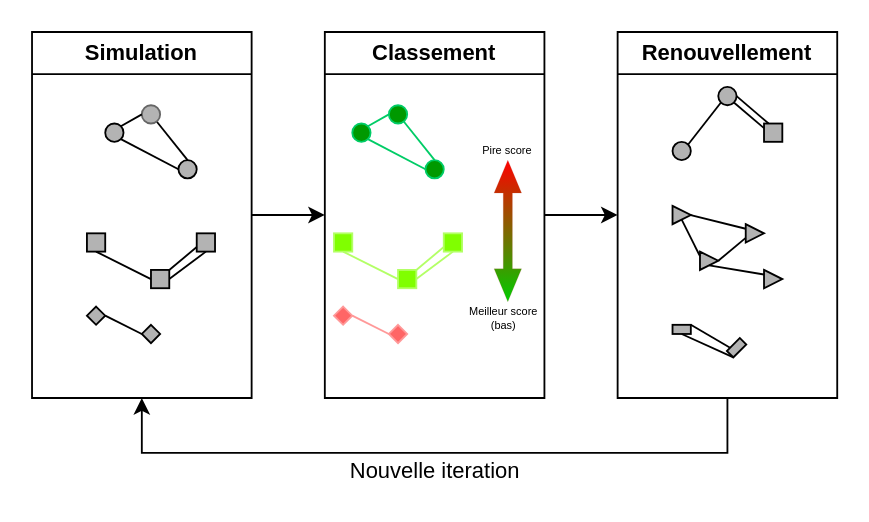
The draw.io diagram LLM_Mission/schema/schema fsm round.drawio in Jiajing-Li-2003/LLM-controller-comparaison-irace, before the edit. Source tidied: cells renumbered, new cells numbered last; positions are measured from the earlier drawing's top-left corner, leaving out a move shared by most shapes. Both pictures are drawn from the tidied source at 183%, with x=0, y=0 at pixel (31, 31).
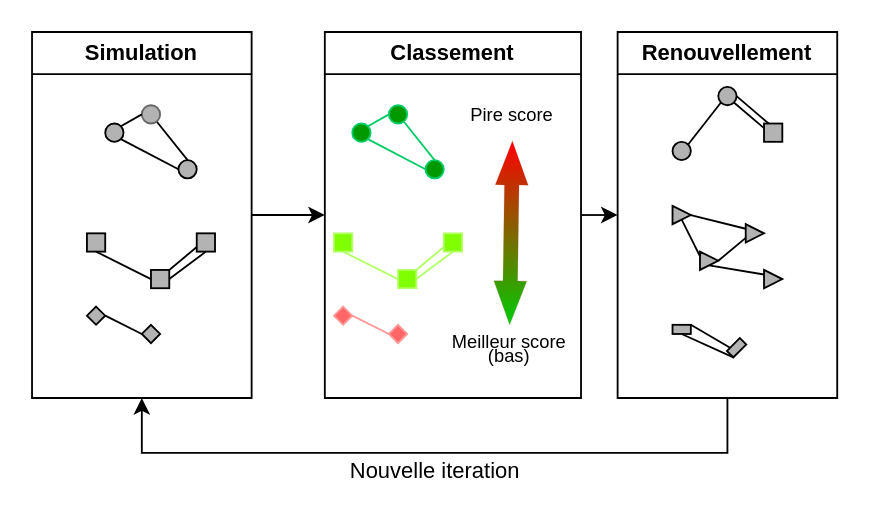
Above is the later version.

The edit, as a diff of the source:
```diff
@@
     <mxCell id="20" value="Classement" style="swimlane;whiteSpace=wrap;html=1;" parent="1" vertex="1">
-      <mxGeometry x="160" width="120" height="200" as="geometry" />
+      <mxGeometry x="160" width="140" height="200" as="geometry" />
     </mxCell>
@@
-    <mxCell id="36" style="shape=flexArrow;endArrow=classic;startArrow=classic;html=1;rounded=0;fillColor=#FF0000;strokeColor=#b85450;gradientColor=#00CC00;gradientDirection=south;startSize=6;strokeWidth=0;endSize=6;width=5;startWidth=10;endWidth=10;sourcePerimeterSpacing=0;" parent="20" edge="1">
+    <mxCell id="36" style="shape=flexArrow;endArrow=classic;startArrow=classic;html=1;rounded=0;fillColor=#FF0000;strokeColor=#b85450;gradientColor=#00CC00;gradientDirection=south;startSize=8;strokeWidth=0;endSize=8;width=8;startWidth=10;endWidth=10;sourcePerimeterSpacing=7;fixedPointSpacing=1;targetPerimeterSpacing=5;entryX=0.5;entryY=0;entryDx=0;entryDy=0;" parent="20" edge="1" target="38">
       <mxGeometry relative="1" as="geometry">
-        <mxPoint x="100" y="70" as="sourcePoint" />
-        <mxPoint x="100" y="147.4" as="targetPoint" />
+        <mxPoint x="102.5" y="59.6" as="sourcePoint" />
       </mxGeometry>
     </mxCell>
-    <mxCell id="37" value="&lt;font style=&quot;font-size: 6px;&quot;&gt;Pire score&lt;/font&gt;" style="text;html=1;whiteSpace=wrap;strokeColor=none;fillColor=none;align=center;verticalAlign=middle;rounded=0;" parent="20" vertex="1">
-      <mxGeometry x="85" y="60" width="30" height="5" as="geometry" />
+    <mxCell id="37" value="&lt;font style=&quot;font-size: 10px;&quot;&gt;Pire score&lt;/font&gt;" style="text;html=1;whiteSpace=wrap;strokeColor=none;fillColor=none;align=center;verticalAlign=middle;rounded=0;" parent="20" vertex="1">
+      <mxGeometry x="75" y="40" width="55" height="10" as="geometry" />
     </mxCell>
-    <mxCell id="38" value="&lt;div style=&quot;line-height: 60%;&quot;&gt;&lt;font style=&quot;font-size: 6px; line-height: 60%;&quot;&gt;Meilleur score&lt;/font&gt;&lt;div&gt;&lt;font style=&quot;font-size: 6px; line-height: 60%;&quot;&gt;(bas)&lt;/font&gt;&lt;/div&gt;&lt;/div&gt;" style="text;html=1;whiteSpace=wrap;strokeColor=none;fillColor=none;align=center;verticalAlign=middle;rounded=0;" parent="20" vertex="1">
-      <mxGeometry x="78" y="150" width="40" height="10" as="geometry" />
+    <mxCell id="38" value="&lt;div style=&quot;line-height: 60%;&quot;&gt;&lt;font style=&quot;line-height: 60%; font-size: 10px;&quot;&gt;Meilleur score&lt;/font&gt;&lt;div&gt;&lt;font style=&quot;line-height: 60%; font-size: 10px;&quot;&gt;(bas)&lt;/font&gt;&lt;/div&gt;&lt;/div&gt;" style="text;html=1;whiteSpace=wrap;strokeColor=none;fillColor=none;align=center;verticalAlign=middle;rounded=0;" parent="20" vertex="1">
+      <mxGeometry x="65" y="160" width="72" height="25" as="geometry" />
     </mxCell>
```
